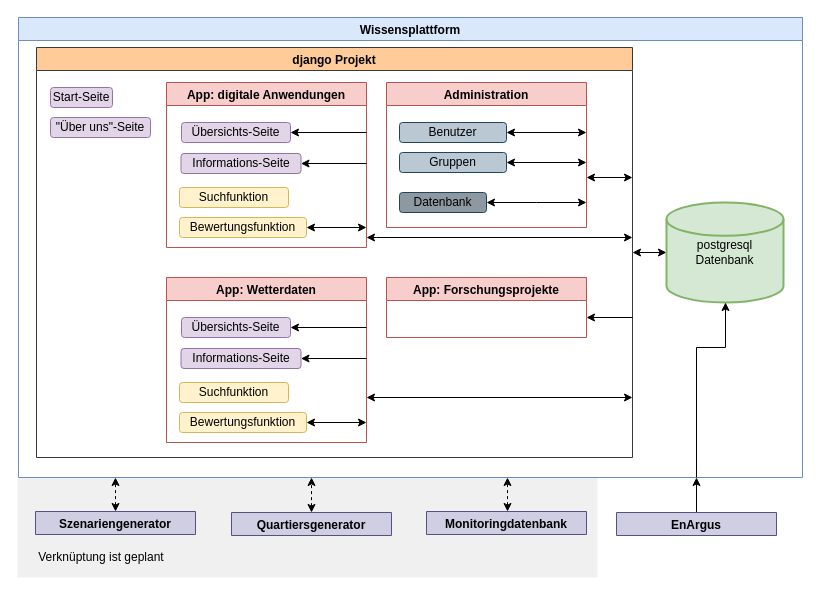
Earlier version of the draw.io diagram page "Structure_wissenplattform" (3 of 3) of 02_work_doc/ERM_Structrur.drawio (TUB-DVG/wissen-digital-ewb). Source tidied: cells renumbered, new cells numbered last; positions are measured from the earlier drawing's top-left corner, leaving out a move shared by most shapes. Both pictures are drawn from the tidied source at 100%, with x=0, y=0 at pixel (17, 17).
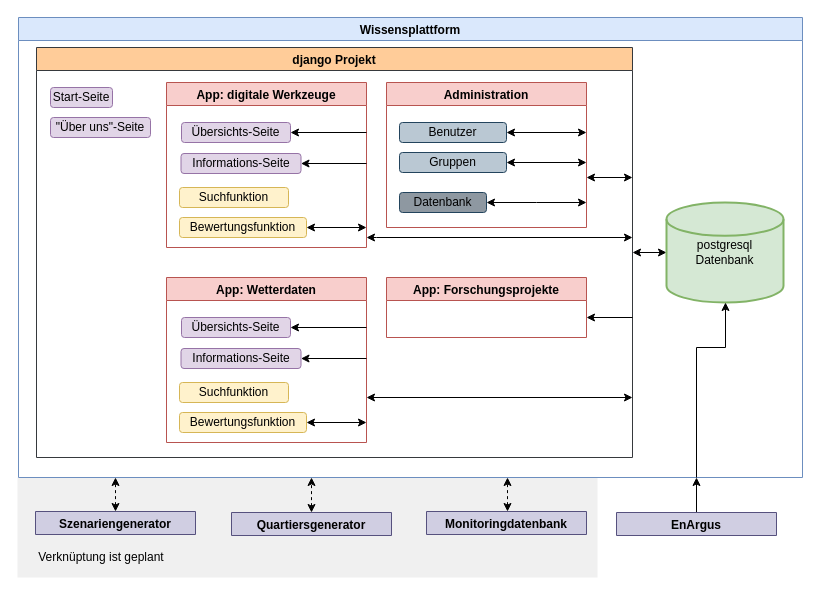
Above is the later version.

Diff of the diagram source:
```diff
@@
-    <mxCell id="24" value="App: digitale Anwendungen" style="swimlane;align=center;fillColor=#f8cecc;strokeColor=#b85450;" parent="1" vertex="1">
+    <mxCell id="24" value="App: digitale Werkzeuge" style="swimlane;align=center;fillColor=#f8cecc;strokeColor=#b85450;" parent="1" vertex="1">
       <mxGeometry x="149" y="65" width="200" height="165" as="geometry" />
     </mxCell>
```
